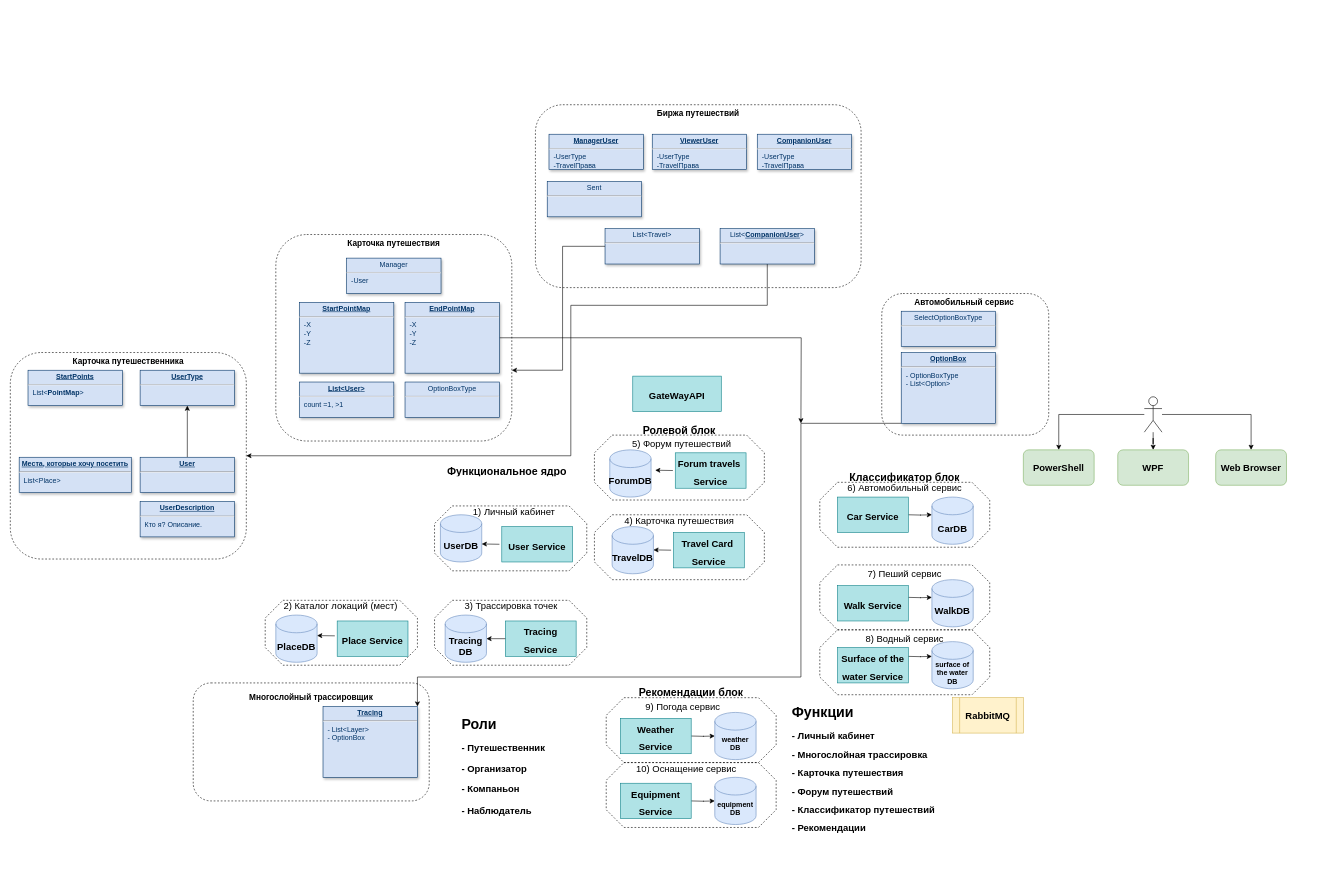
Earlier version of the draw.io diagram page "GeneralArchitecture" (7 of 7) of Team-Pragmatics-Otus.drawio (AATerekhov/Team-Pragmatics-Otus). Source tidied: cells renumbered, new cells numbered last; positions are measured from the earlier drawing's top-left corner, leaving out a move shared by most shapes. Both pictures are drawn from the tidied source at 59%, with x=0, y=0 at pixel (10, 104).
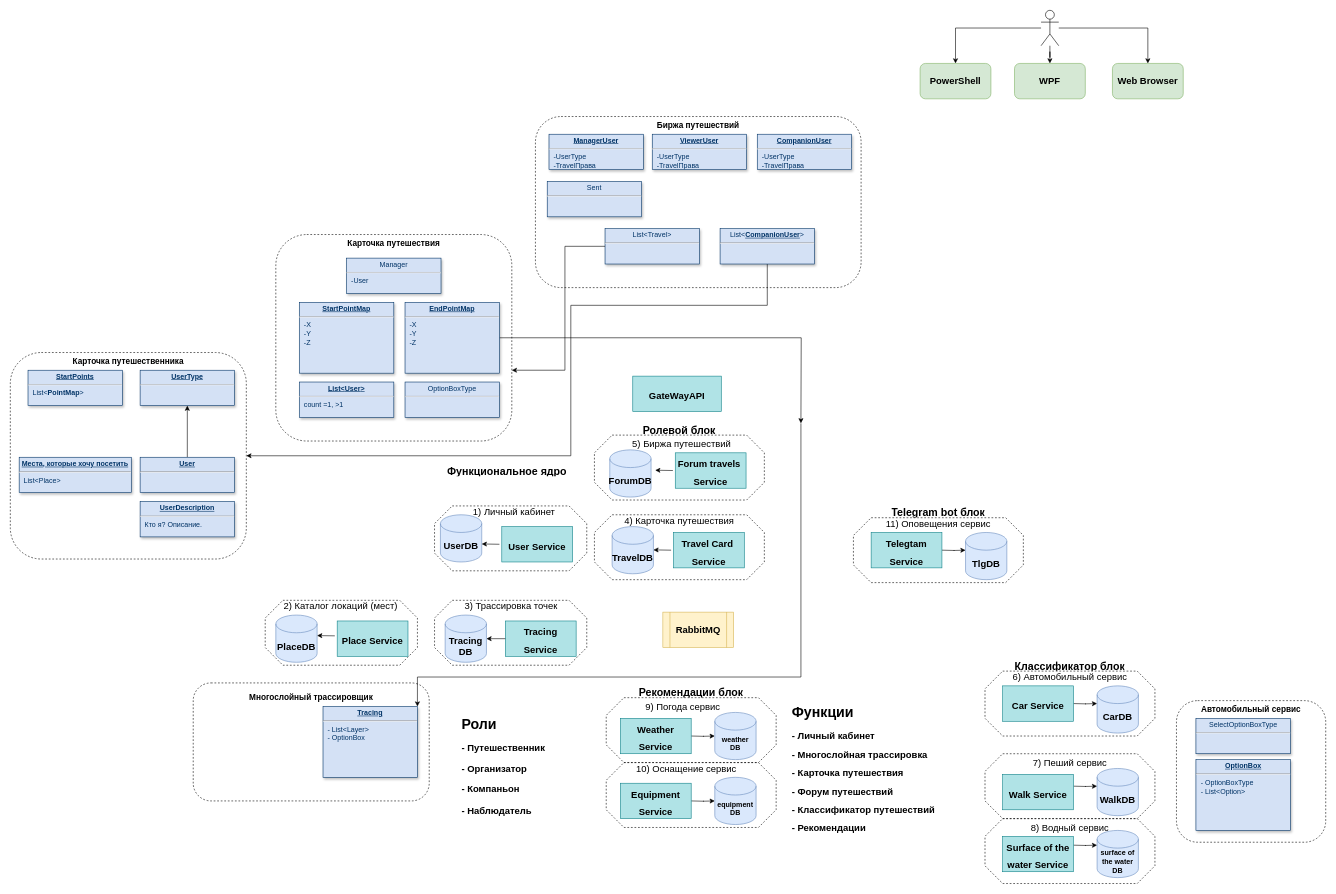
The same page after the edit.

Unchanged cells that the change refers to:
```xml
<mxCell id="75" value="&lt;p style=&quot;margin: 4px 0px 0px; text-align: center;&quot;&gt;&lt;b&gt;&lt;u&gt;Tracing&lt;/u&gt;&lt;/b&gt;&lt;br&gt;&lt;/p&gt;&lt;hr&gt;&lt;p style=&quot;margin: 0px; margin-left: 8px;&quot;&gt;&lt;span style=&quot;background-color: initial;&quot;&gt;- List&amp;lt;Layer&amp;gt;&lt;/span&gt;&lt;br&gt;&lt;/p&gt;&lt;p style=&quot;margin: 0px; margin-left: 8px;&quot;&gt;- OptionBox&lt;span style=&quot;background-color: initial;&quot;&gt;&lt;br&gt;&lt;/span&gt;&lt;/p&gt;" style="verticalAlign=top;align=left;overflow=fill;fontSize=12;fontFamily=Helvetica;html=1;strokeColor=#003366;shadow=1;fillColor=#D4E1F5;fontColor=#003366;" parent="1" vertex="1">
  <mxGeometry x="530" y="1020" width="160" height="120" as="geometry" />
</mxCell>
<mxCell id="90" value="&lt;p style=&quot;text-align: center; margin: 4px 0px 0px;&quot;&gt;List&amp;lt;Travel&amp;gt;&lt;/p&gt;&lt;hr&gt;&lt;p style=&quot;margin: 0px; margin-left: 8px;&quot;&gt;&lt;br&gt;&lt;/p&gt;" style="verticalAlign=top;align=left;overflow=fill;fontSize=12;fontFamily=Helvetica;html=1;strokeColor=#003366;shadow=1;fillColor=#D4E1F5;fontColor=#003366;" parent="1" vertex="1">
  <mxGeometry x="1008" y="210" width="160" height="60" as="geometry" />
</mxCell>
```

Change to the diagram source:
```diff
@@
     <mxCell id="3" style="rounded=1;whiteSpace=wrap;html=1;fillColor=none;dashed=1;" parent="1" vertex="1">
-      <mxGeometry x="890" width="552" height="310" as="geometry" />
+      <mxGeometry x="890" y="20" width="552" height="290" as="geometry" />
     </mxCell>
@@
     <mxCell id="9" style="whiteSpace=wrap;html=1;shape=mxgraph.basic.octagon2;align=center;verticalAlign=middle;dx=15;fillColor=none;dashed=1;" parent="1" vertex="1">
-      <mxGeometry x="1372" y="780" width="288" height="110" as="geometry" />
+      <mxGeometry x="1652" y="1100" width="288" height="110" as="geometry" />
     </mxCell>
     <mxCell id="10" style="whiteSpace=wrap;html=1;shape=mxgraph.basic.octagon2;align=center;verticalAlign=middle;dx=15;fillColor=none;dashed=1;" parent="1" vertex="1">
-      <mxGeometry x="1372" y="890" width="288" height="110" as="geometry" />
+      <mxGeometry x="1652" y="1210" width="288" height="110" as="geometry" />
     </mxCell>
     <mxCell id="11" style="whiteSpace=wrap;html=1;shape=mxgraph.basic.octagon2;align=center;verticalAlign=middle;dx=15;fillColor=none;dashed=1;" parent="1" vertex="1">
-      <mxGeometry x="1372" y="640" width="288" height="110" as="geometry" />
+      <mxGeometry x="1652" y="960" width="288" height="110" as="geometry" />
     </mxCell>
@@
     <mxCell id="17" style="shape=umlActor;verticalLabelPosition=bottom;verticalAlign=top;html=1;outlineConnect=0;" parent="1" vertex="1">
-      <mxGeometry x="1922" y="495" width="30" height="60" as="geometry" />
+      <mxGeometry x="1747" y="-160" width="30" height="60" as="geometry" />
     </mxCell>
     <mxCell id="18" value="&lt;b&gt;&lt;font style=&quot;font-size: 16px;&quot;&gt;PowerShell&lt;/font&gt;&lt;/b&gt;" style="rounded=1;whiteSpace=wrap;html=1;fillColor=#d5e8d4;strokeColor=#82b366;" parent="1" vertex="1">
-      <mxGeometry x="1717" y="585" width="120" height="60" as="geometry" />
+      <mxGeometry x="1542" y="-70" width="120" height="60" as="geometry" />
     </mxCell>
     <mxCell id="19" value="&lt;b&gt;&lt;font style=&quot;font-size: 16px;&quot;&gt;WPF&lt;/font&gt;&lt;/b&gt;" style="rounded=1;whiteSpace=wrap;html=1;fillColor=#d5e8d4;strokeColor=#82b366;" parent="1" vertex="1">
-      <mxGeometry x="1877" y="585" width="120" height="60" as="geometry" />
+      <mxGeometry x="1702" y="-70" width="120" height="60" as="geometry" />
     </mxCell>
     <mxCell id="20" value="&lt;b&gt;&lt;font style=&quot;font-size: 16px;&quot;&gt;RabbitMQ&lt;/font&gt;&lt;/b&gt;" style="shape=process;whiteSpace=wrap;html=1;backgroundOutline=1;fillColor=#fff2cc;strokeColor=#d6b656;" parent="1" vertex="1">
-      <mxGeometry x="1597" y="1005" width="120" height="60" as="geometry" />
+      <mxGeometry x="1106" y="860" width="120" height="60" as="geometry" />
     </mxCell>
@@
     <mxCell id="22" style="edgeStyle=orthogonalEdgeStyle;rounded=0;orthogonalLoop=1;jettySize=auto;html=1;" parent="1" edge="1">
       <mxGeometry relative="1" as="geometry">
-        <mxPoint x="1522" y="835" as="sourcePoint" />
-        <mxPoint x="1562" y="835" as="targetPoint" />
+        <mxPoint x="1802" y="1155" as="sourcePoint" />
+        <mxPoint x="1842" y="1155" as="targetPoint" />
       </mxGeometry>
     </mxCell>
     <mxCell id="23" value="&lt;font style=&quot;font-size: 16px;&quot;&gt;Walk Service&lt;/font&gt;" style="rounded=0;whiteSpace=wrap;html=1;fillColor=#b0e3e6;strokeColor=#0e8088;fontSize=25;fontStyle=1;" parent="1" vertex="1">
-      <mxGeometry x="1402" y="815" width="120" height="60" as="geometry" />
+      <mxGeometry x="1682" y="1135" width="120" height="60" as="geometry" />
     </mxCell>
     <mxCell id="24" value="&lt;b&gt;&lt;font style=&quot;font-size: 16px;&quot;&gt;Walk&lt;/font&gt;&lt;font style=&quot;font-size: 16px;&quot;&gt;DB&lt;/font&gt;&lt;/b&gt;" style="shape=cylinder3;whiteSpace=wrap;html=1;boundedLbl=1;backgroundOutline=1;size=15;fillColor=#dae8fc;strokeColor=#6c8ebf;" parent="1" vertex="1">
-      <mxGeometry x="1562" y="805" width="70" height="80" as="geometry" />
+      <mxGeometry x="1842" y="1125" width="70" height="80" as="geometry" />
     </mxCell>
     <mxCell id="25" style="edgeStyle=orthogonalEdgeStyle;rounded=0;orthogonalLoop=1;jettySize=auto;html=1;" parent="1" edge="1">
       <mxGeometry relative="1" as="geometry">
-        <mxPoint x="1522" y="695" as="sourcePoint" />
-        <mxPoint x="1562" y="695" as="targetPoint" />
+        <mxPoint x="1802" y="1015" as="sourcePoint" />
+        <mxPoint x="1842" y="1015" as="targetPoint" />
       </mxGeometry>
     </mxCell>
     <mxCell id="26" value="&lt;font style=&quot;font-size: 16px;&quot;&gt;Car Service&lt;/font&gt;" style="rounded=0;whiteSpace=wrap;html=1;fillColor=#b0e3e6;strokeColor=#0e8088;fontSize=25;fontStyle=1;" parent="1" vertex="1">
-      <mxGeometry x="1402" y="665" width="120" height="60" as="geometry" />
+      <mxGeometry x="1682" y="985" width="120" height="60" as="geometry" />
     </mxCell>
     <mxCell id="27" value="&lt;b&gt;&lt;font style=&quot;font-size: 16px;&quot;&gt;Car&lt;/font&gt;&lt;font style=&quot;font-size: 16px;&quot;&gt;DB&lt;/font&gt;&lt;/b&gt;" style="shape=cylinder3;whiteSpace=wrap;html=1;boundedLbl=1;backgroundOutline=1;size=15;fillColor=#dae8fc;strokeColor=#6c8ebf;" parent="1" vertex="1">
-      <mxGeometry x="1562" y="665" width="70" height="80" as="geometry" />
+      <mxGeometry x="1842" y="985" width="70" height="80" as="geometry" />
     </mxCell>
@@
     <mxCell id="34" style="edgeStyle=orthogonalEdgeStyle;rounded=0;orthogonalLoop=1;jettySize=auto;html=1;" parent="1" edge="1">
       <mxGeometry relative="1" as="geometry">
-        <mxPoint x="1522" y="935" as="sourcePoint" />
-        <mxPoint x="1562" y="935" as="targetPoint" />
+        <mxPoint x="1802" y="1255" as="sourcePoint" />
+        <mxPoint x="1842" y="1255" as="targetPoint" />
       </mxGeometry>
     </mxCell>
     <mxCell id="35" value="&lt;font style=&quot;font-size: 16px;&quot;&gt;Surface of the water Service&lt;/font&gt;" style="rounded=0;whiteSpace=wrap;html=1;fillColor=#b0e3e6;strokeColor=#0e8088;fontSize=25;fontStyle=1;" parent="1" vertex="1">
-      <mxGeometry x="1402" y="920" width="120" height="60" as="geometry" />
+      <mxGeometry x="1682" y="1240" width="120" height="60" as="geometry" />
     </mxCell>
     <mxCell id="36" value="&lt;font style=&quot;&quot;&gt;&lt;b&gt;surface of the water&lt;/b&gt;&lt;br&gt;&lt;b&gt;DB&lt;/b&gt;&lt;/font&gt;" style="shape=cylinder3;whiteSpace=wrap;html=1;boundedLbl=1;backgroundOutline=1;size=15;fillColor=#dae8fc;strokeColor=#6c8ebf;" parent="1" vertex="1">
-      <mxGeometry x="1562" y="910" width="70" height="80" as="geometry" />
+      <mxGeometry x="1842" y="1230" width="70" height="80" as="geometry" />
     </mxCell>
@@
     <mxCell id="39" value="&lt;span style=&quot;font-size: 16px;&quot;&gt;&lt;b&gt;Web Browser&lt;/b&gt;&lt;/span&gt;" style="rounded=1;whiteSpace=wrap;html=1;fillColor=#d5e8d4;strokeColor=#82b366;" parent="1" vertex="1">
-      <mxGeometry x="2043" y="585" width="120" height="60" as="geometry" />
+      <mxGeometry x="1868" y="-70" width="120" height="60" as="geometry" />
     </mxCell>
@@
-    <mxCell id="47" value="&lt;h1 style=&quot;font-size: 16px;&quot;&gt;&lt;span style=&quot;font-weight: 400;&quot;&gt;5) Форум путешествий&lt;/span&gt;&lt;/h1&gt;" style="text;html=1;strokeColor=none;fillColor=none;spacing=5;spacingTop=-20;whiteSpace=wrap;overflow=hidden;rounded=0;align=center;fontStyle=0;" parent="1" vertex="1">
+    <mxCell id="47" value="&lt;h1 style=&quot;font-size: 16px;&quot;&gt;&lt;span style=&quot;font-weight: 400;&quot;&gt;5) Биржа путешествий&lt;/span&gt;&lt;/h1&gt;" style="text;html=1;strokeColor=none;fillColor=none;spacing=5;spacingTop=-20;whiteSpace=wrap;overflow=hidden;rounded=0;align=center;fontStyle=0;" parent="1" vertex="1">
       <mxGeometry x="1008" y="565" width="260" height="30" as="geometry" />
     </mxCell>
     <mxCell id="48" value="&lt;h1 style=&quot;font-size: 16px;&quot;&gt;&lt;span style=&quot;font-weight: 400;&quot;&gt;6) Автомобильный сервис&lt;/span&gt;&lt;/h1&gt;" style="text;html=1;strokeColor=none;fillColor=none;spacing=5;spacingTop=-20;whiteSpace=wrap;overflow=hidden;rounded=0;align=center;fontStyle=0;" parent="1" vertex="1">
-      <mxGeometry x="1386" y="640" width="260" height="30" as="geometry" />
+      <mxGeometry x="1666" y="960" width="260" height="30" as="geometry" />
     </mxCell>
     <mxCell id="49" value="&lt;h1 style=&quot;font-size: 16px;&quot;&gt;&lt;span style=&quot;font-weight: 400;&quot;&gt;7) Пеший сервис&lt;/span&gt;&lt;/h1&gt;" style="text;html=1;strokeColor=none;fillColor=none;spacing=5;spacingTop=-20;whiteSpace=wrap;overflow=hidden;rounded=0;align=center;fontStyle=0;" parent="1" vertex="1">
-      <mxGeometry x="1386" y="785" width="260" height="30" as="geometry" />
+      <mxGeometry x="1666" y="1105" width="260" height="30" as="geometry" />
     </mxCell>
     <mxCell id="50" value="&lt;h1 style=&quot;font-size: 16px;&quot;&gt;&lt;span style=&quot;font-weight: 400;&quot;&gt;8) Водный сервис&lt;/span&gt;&lt;/h1&gt;" style="text;html=1;strokeColor=none;fillColor=none;spacing=5;spacingTop=-20;whiteSpace=wrap;overflow=hidden;rounded=0;align=center;fontStyle=0;" parent="1" vertex="1">
-      <mxGeometry x="1386" y="895" width="260" height="30" as="geometry" />
+      <mxGeometry x="1666" y="1215" width="260" height="30" as="geometry" />
     </mxCell>
@@
     <mxCell id="53" value="&lt;h1 style=&quot;&quot;&gt;&lt;font style=&quot;font-size: 18px;&quot;&gt;Классификатор блок&lt;/font&gt;&lt;/h1&gt;" style="text;html=1;strokeColor=none;fillColor=none;spacing=5;spacingTop=-20;whiteSpace=wrap;overflow=hidden;rounded=0;align=center;fontStyle=0;" parent="1" vertex="1">
-      <mxGeometry x="1386" y="610" width="260" height="30" as="geometry" />
+      <mxGeometry x="1666" y="930" width="260" height="30" as="geometry" />
     </mxCell>
@@
-    <mxCell id="78" style="edgeStyle=orthogonalEdgeStyle;rounded=0;jettySize=auto;html=1;exitX=0;exitY=1;exitDx=0;exitDy=0;entryX=1;entryY=0;entryDx=0;entryDy=0;" parent="1" edge="1" source="79" target="75">
+    <mxCell id="78" style="edgeStyle=orthogonalEdgeStyle;rounded=0;jettySize=auto;html=1;entryX=1;entryY=0;entryDx=0;entryDy=0;" parent="1" edge="1" target="75">
       <mxGeometry relative="1" as="geometry">
+        <mxPoint x="1340" y="540" as="sourcePoint" />
         <Array as="points">
           <mxPoint x="1340" y="540" />
           <mxPoint x="1340" y="970" />
           <mxPoint x="690" y="970" />
         </Array>
       </mxGeometry>
     </mxCell>
     <mxCell id="79" value="&lt;p style=&quot;margin: 4px 0px 0px; text-align: center;&quot;&gt;&lt;b&gt;&lt;u&gt;OptionBox&lt;/u&gt;&lt;/b&gt;&lt;br&gt;&lt;/p&gt;&lt;hr&gt;&lt;p style=&quot;margin: 0px; margin-left: 8px;&quot;&gt;&lt;span style=&quot;background-color: initial;&quot;&gt;- OptionBoxType&lt;/span&gt;&lt;br&gt;&lt;/p&gt;&lt;p style=&quot;margin: 0px; margin-left: 8px;&quot;&gt;- List&amp;lt;Option&amp;gt;&lt;span style=&quot;background-color: initial;&quot;&gt;&lt;br&gt;&lt;/span&gt;&lt;/p&gt;" style="verticalAlign=top;align=left;overflow=fill;fontSize=12;fontFamily=Helvetica;html=1;strokeColor=#003366;shadow=1;fillColor=#D4E1F5;fontColor=#003366;" parent="1" vertex="1">
-      <mxGeometry x="1510" y="420" width="160" height="120" as="geometry" />
+      <mxGeometry x="2009.5" y="1110" width="160" height="120" as="geometry" />
     </mxCell>
@@
     <mxCell id="83" value="&lt;p style=&quot;margin: 4px 0px 0px; text-align: center;&quot;&gt;&lt;span style=&quot;text-align: left;&quot;&gt;SelectOptionBoxType&lt;/span&gt;&lt;br&gt;&lt;/p&gt;&lt;hr&gt;&lt;p style=&quot;margin: 0px; margin-left: 8px;&quot;&gt;&lt;br&gt;&lt;/p&gt;" style="verticalAlign=top;align=left;overflow=fill;fontSize=12;fontFamily=Helvetica;html=1;strokeColor=#003366;shadow=1;fillColor=#D4E1F5;fontColor=#003366;" parent="1" vertex="1">
-      <mxGeometry x="1510" y="350" width="160" height="60" as="geometry" />
+      <mxGeometry x="2009.5" y="1040" width="160" height="60" as="geometry" />
     </mxCell>
@@
     <mxCell id="92" style="edgeStyle=orthogonalEdgeStyle;rounded=0;jettySize=auto;html=1;" parent="1" edge="1" source="90">
       <mxGeometry relative="1" as="geometry">
         <mxPoint x="850" y="450" as="targetPoint" />
         <Array as="points">
-          <mxPoint x="936" y="240" />
-          <mxPoint x="936" y="450" />
+          <mxPoint x="940" y="240" />
+          <mxPoint x="940" y="450" />
         </Array>
       </mxGeometry>
     </mxCell>
@@
     <mxCell id="100" value="&lt;b&gt;&lt;font style=&quot;font-size: 14px;&quot;&gt;Биржа путешествий&lt;/font&gt;&lt;/b&gt;" style="text;html=1;align=center;verticalAlign=middle;whiteSpace=wrap;rounded=0;" parent="1" vertex="1">
-      <mxGeometry x="1026" width="280" height="30" as="geometry" />
+      <mxGeometry x="1026" y="20" width="280" height="30" as="geometry" />
     </mxCell>
     <mxCell id="101" style="rounded=1;whiteSpace=wrap;html=1;fillColor=none;dashed=1;" parent="1" vertex="1">
-      <mxGeometry x="1477" y="320" width="283" height="240" as="geometry" />
+      <mxGeometry x="1976.5" y="1010" width="253" height="240" as="geometry" />
     </mxCell>
@@
     <mxCell id="103" value="&lt;span style=&quot;font-size: 14px;&quot;&gt;&lt;b&gt;Автомобильный сервис&lt;/b&gt;&lt;/span&gt;" style="text;html=1;align=center;verticalAlign=middle;whiteSpace=wrap;rounded=0;" parent="1" vertex="1">
-      <mxGeometry x="1477" y="320" width="280" height="30" as="geometry" />
+      <mxGeometry x="1988" y="1010" width="230" height="30" as="geometry" />
     </mxCell>
+    <mxCell id="104" style="whiteSpace=wrap;html=1;shape=mxgraph.basic.octagon2;align=center;verticalAlign=middle;dx=15;fillColor=none;dashed=1;" parent="1" vertex="1">
+      <mxGeometry x="1429" y="700" width="288" height="110" as="geometry" />
+    </mxCell>
+    <mxCell id="105" style="edgeStyle=orthogonalEdgeStyle;rounded=0;orthogonalLoop=1;jettySize=auto;html=1;" parent="1" edge="1">
+      <mxGeometry relative="1" as="geometry">
+        <mxPoint x="1579" y="755" as="sourcePoint" />
+        <mxPoint x="1619" y="755" as="targetPoint" />
+      </mxGeometry>
+    </mxCell>
+    <mxCell id="106" value="&lt;font style=&quot;font-size: 16px;&quot;&gt;Telegtam Service&lt;/font&gt;" style="rounded=0;whiteSpace=wrap;html=1;fillColor=#b0e3e6;strokeColor=#0e8088;fontSize=25;fontStyle=1;" parent="1" vertex="1">
+      <mxGeometry x="1459" y="725" width="120" height="60" as="geometry" />
+    </mxCell>
+    <mxCell id="107" value="&lt;b&gt;&lt;font style=&quot;font-size: 16px;&quot;&gt;Tlg&lt;/font&gt;&lt;font style=&quot;font-size: 16px;&quot;&gt;DB&lt;/font&gt;&lt;/b&gt;" style="shape=cylinder3;whiteSpace=wrap;html=1;boundedLbl=1;backgroundOutline=1;size=15;fillColor=#dae8fc;strokeColor=#6c8ebf;" parent="1" vertex="1">
+      <mxGeometry x="1619" y="725" width="70" height="80" as="geometry" />
+    </mxCell>
+    <mxCell id="108" value="&lt;h1 style=&quot;font-size: 16px;&quot;&gt;&lt;span style=&quot;font-weight: 400;&quot;&gt;11) Оповещения сервис&lt;/span&gt;&lt;/h1&gt;" style="text;html=1;strokeColor=none;fillColor=none;spacing=5;spacingTop=-20;whiteSpace=wrap;overflow=hidden;rounded=0;align=center;fontStyle=0;" parent="1" vertex="1">
+      <mxGeometry x="1443" y="700" width="260" height="30" as="geometry" />
+    </mxCell>
+    <mxCell id="109" value="&lt;h1 style=&quot;&quot;&gt;&lt;font style=&quot;font-size: 18px;&quot;&gt;Telegram bot блок&lt;/font&gt;&lt;/h1&gt;" style="text;html=1;strokeColor=none;fillColor=none;spacing=5;spacingTop=-20;whiteSpace=wrap;overflow=hidden;rounded=0;align=center;fontStyle=0;" parent="1" vertex="1">
+      <mxGeometry x="1443" y="670" width="260" height="30" as="geometry" />
+    </mxCell>
```
